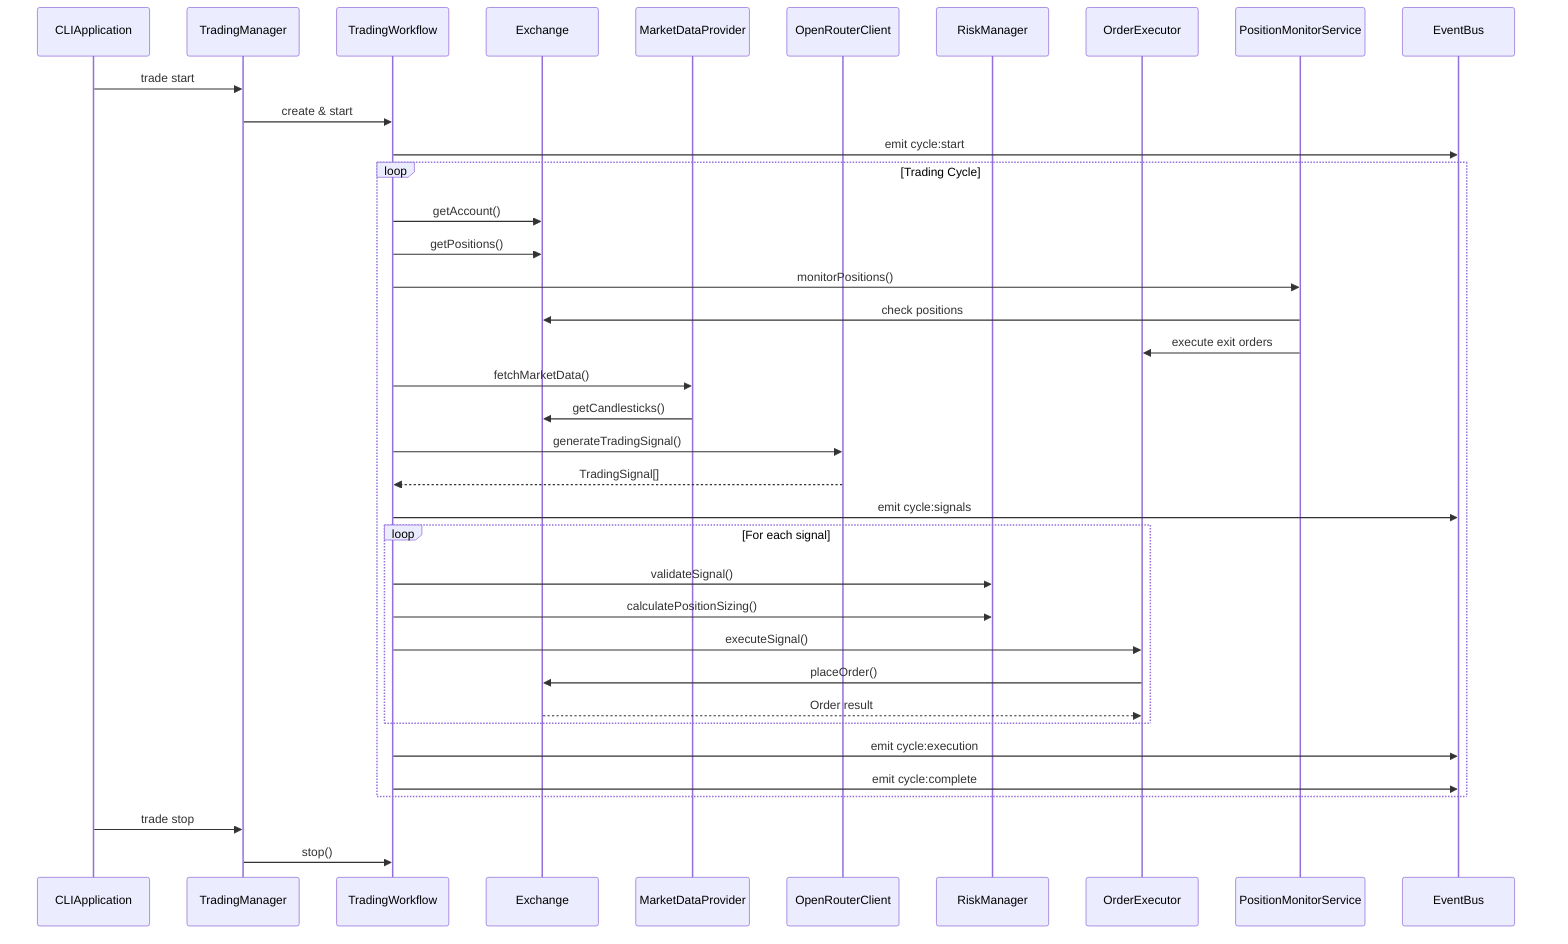
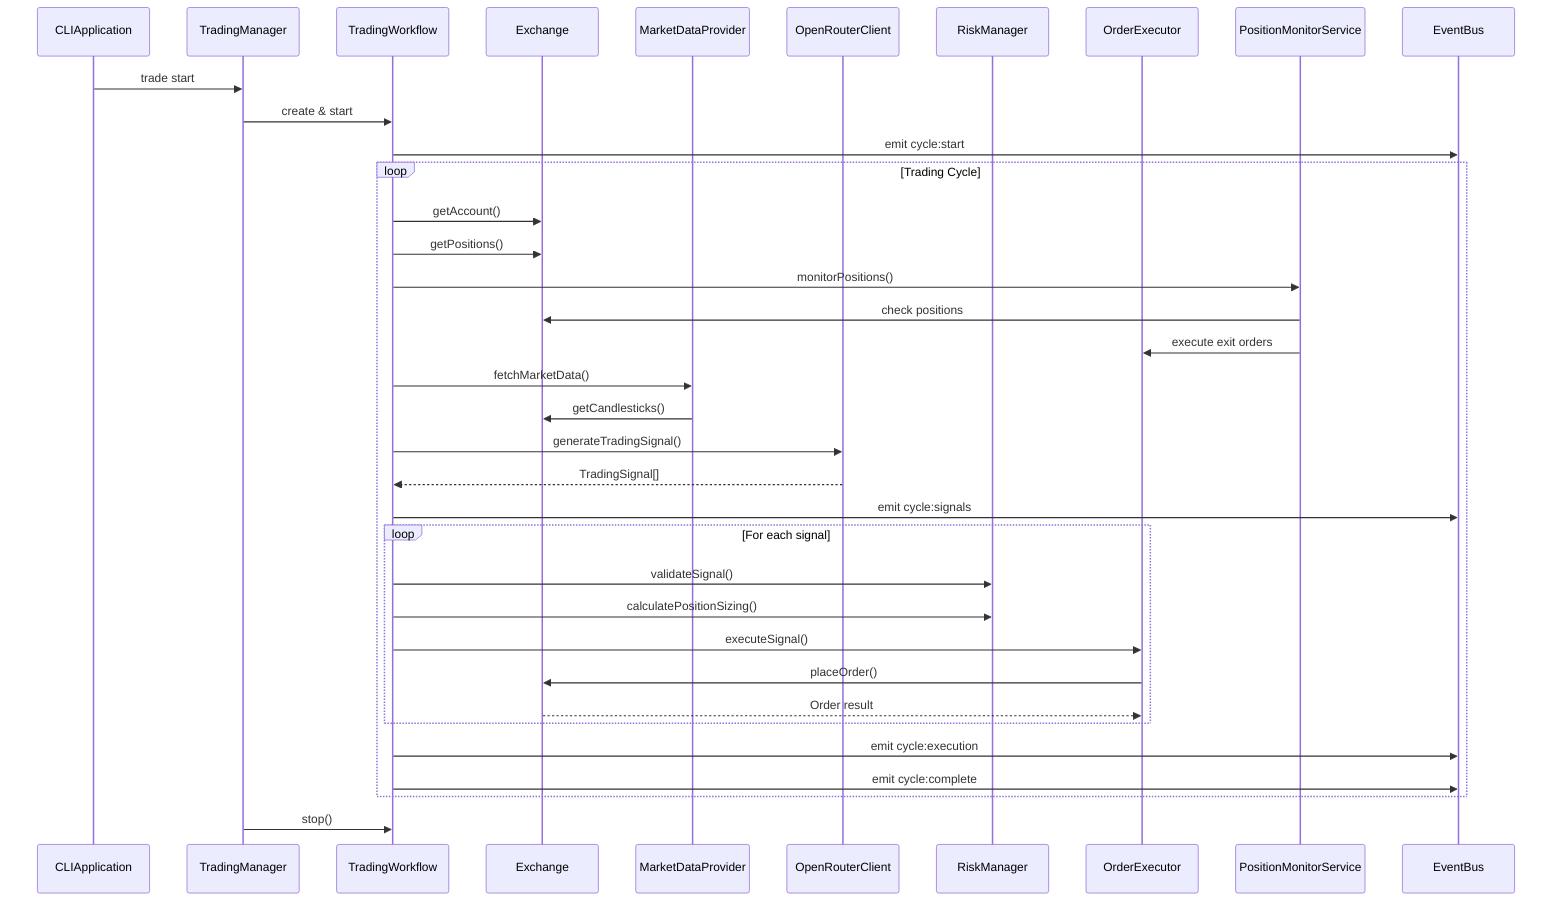
sequenceDiagram
    participant CLI as CLIApplication
    participant TM as TradingManager
    participant TW as TradingWorkflow
    participant EX as Exchange
    participant MDP as MarketDataProvider
    participant AI as OpenRouterClient
    participant RM as RiskManager
    participant OE as OrderExecutor
    participant PM as PositionMonitorService
    participant EB as EventBus

    CLI->>TM: trade start
    TM->>TW: create & start
    TW->>EB: emit cycle:start

    loop Trading Cycle
        TW->>EX: getAccount()
        TW->>EX: getPositions()
        TW->>PM: monitorPositions()
        PM->>EX: check positions
        PM->>OE: execute exit orders

        TW->>MDP: fetchMarketData()
        MDP->>EX: getCandlesticks()

        TW->>AI: generateTradingSignal()
        AI-->>TW: TradingSignal[]

        TW->>EB: emit cycle:signals

        loop For each signal
            TW->>RM: validateSignal()
            TW->>RM: calculatePositionSizing()
            TW->>OE: executeSignal()
            OE->>EX: placeOrder()
            EX-->>OE: Order result
        end

        TW->>EB: emit cycle:execution
        TW->>EB: emit cycle:complete
    end

-     CLI->>TM: trade stop
+     %% CLI stop command removed; use Ctrl+C
    TM->>TW: stop()